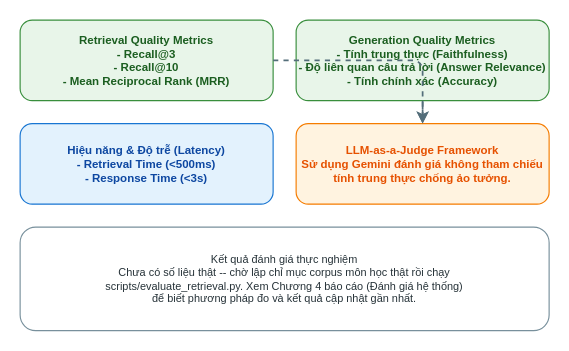
The draw.io diagram page "Deployment Evaluation" (9 of 12) of RAG_Chatbot_Design.drawio in haudo1207/personalized-lms-rag-chatbot, before the edit. Source tidied: cells renumbered, new cells numbered last; positions are measured from the earlier drawing's top-left corner, leaving out a move shared by most shapes. Both pictures are drawn from the tidied source at 115%, with x=0, y=0 at pixel (20, 20).
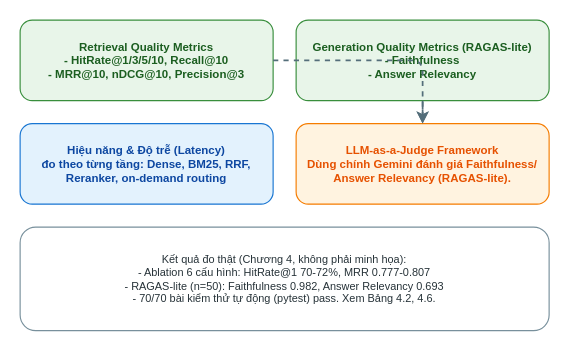
Above is the later version.

The edit, as a diff of the source:
```diff
@@
 <mxGraphModel>
   <root>
     <mxCell id="0" />
     <mxCell id="1" parent="0" />
-    <mxCell id="2" value="Retrieval Quality Metrics&#10;- Recall@3&#10;- Recall@10&#10;- Mean Reciprocal Rank (MRR)" style="rounded=1;whiteSpace=wrap;html=1;fillColor=#E8F5E9;strokeColor=#388E3C;fontColor=#1B5E20;fontStyle=1;fontSize=10;" parent="1" vertex="1">
+    <mxCell id="2" value="Retrieval Quality Metrics&#10;- HitRate@1/3/5/10, Recall@10&#10;- MRR@10, nDCG@10, Precision@3" style="rounded=1;whiteSpace=wrap;html=1;fillColor=#E8F5E9;strokeColor=#388E3C;fontColor=#1B5E20;fontStyle=1;fontSize=10;" parent="1" vertex="1">
       <mxGeometry width="220" height="70" as="geometry" />
     </mxCell>
-    <mxCell id="3" value="Generation Quality Metrics&#10;- Tính trung thực (Faithfulness)&#10;- Độ liên quan câu trả lời (Answer Relevance)&#10;- Tính chính xác (Accuracy)" style="rounded=1;whiteSpace=wrap;html=1;fillColor=#E8F5E9;strokeColor=#388E3C;fontColor=#1B5E20;fontStyle=1;fontSize=10;" parent="1" vertex="1">
+    <mxCell id="3" value="Generation Quality Metrics (RAGAS-lite)&#10;- Faithfulness&#10;- Answer Relevancy" style="rounded=1;whiteSpace=wrap;html=1;fillColor=#E8F5E9;strokeColor=#388E3C;fontColor=#1B5E20;fontStyle=1;fontSize=10;" parent="1" vertex="1">
       <mxGeometry x="240" width="220" height="70" as="geometry" />
     </mxCell>
-    <mxCell id="4" value="Hiệu năng &amp; Độ trễ (Latency)&#10;- Retrieval Time (&lt;500ms)&#10;- Response Time (&lt;3s)" style="rounded=1;whiteSpace=wrap;html=1;fillColor=#E3F2FD;strokeColor=#1976D2;fontColor=#0D47A1;fontStyle=1;fontSize=10;" parent="1" vertex="1">
+    <mxCell id="4" value="Hiệu năng &amp; Độ trễ (Latency)&#10;đo theo từng tầng: Dense, BM25, RRF,&#10;Reranker, on-demand routing" style="rounded=1;whiteSpace=wrap;html=1;fillColor=#E3F2FD;strokeColor=#1976D2;fontColor=#0D47A1;fontStyle=1;fontSize=10;" parent="1" vertex="1">
       <mxGeometry y="90" width="220" height="70" as="geometry" />
     </mxCell>
-    <mxCell id="5" value="LLM-as-a-Judge Framework&#10;Sử dụng Gemini đánh giá không tham chiếu&#10;tính trung thực chống ảo tưởng." style="rounded=1;whiteSpace=wrap;html=1;fillColor=#FFF3E0;strokeColor=#F57C00;fontColor=#E65100;fontStyle=1;fontSize=10;" parent="1" vertex="1">
+    <mxCell id="5" value="LLM-as-a-Judge Framework&#10;Dùng chính Gemini đánh giá Faithfulness/&#10;Answer Relevancy (RAGAS-lite)." style="rounded=1;whiteSpace=wrap;html=1;fillColor=#FFF3E0;strokeColor=#F57C00;fontColor=#E65100;fontStyle=1;fontSize=10;" parent="1" vertex="1">
       <mxGeometry x="240" y="90" width="220" height="70" as="geometry" />
     </mxCell>
-    <mxCell id="6" value="Kết quả đánh giá thực nghiệm&#10;Chưa có số liệu thật -- chờ lập chỉ mục corpus môn học thật rồi chạy&#10;scripts/evaluate_retrieval.py. Xem Chương 4 báo cáo (Đánh giá hệ thống)&#10;để biết phương pháp đo và kết quả cập nhật gần nhất." style="rounded=1;whiteSpace=wrap;html=1;fillColor=#FFFFFF;strokeColor=#78909C;fontColor=#263238;fontSize=9.5;" parent="1" vertex="1">
+    <mxCell id="6" value="Kết quả đo thật (Chương 4, không phải minh họa):&#10;- Ablation 6 cấu hình: HitRate@1 70-72%, MRR 0.777-0.807&#10;- RAGAS-lite (n=50): Faithfulness 0.982, Answer Relevancy 0.693&#10;- 70/70 bài kiểm thử tự động (pytest) pass. Xem Bảng 4.2, 4.6." style="rounded=1;whiteSpace=wrap;html=1;fillColor=#FFFFFF;strokeColor=#78909C;fontColor=#263238;fontSize=9.5;" parent="1" vertex="1">
       <mxGeometry y="180" width="460" height="90" as="geometry" />
     </mxCell>
     <mxCell id="7" style="edgeStyle=orthogonalEdgeStyle;rounded=1;jettySize=auto;html=1;strokeWidth=1.5;strokeColor=#546E7A;dashed=1;fontSize=9;" parent="1" edge="1" source="2" target="5">
       <mxGeometry relative="1" as="geometry" />
     </mxCell>
     <mxCell id="8" style="edgeStyle=orthogonalEdgeStyle;rounded=1;jettySize=auto;html=1;strokeWidth=1.5;strokeColor=#546E7A;dashed=1;fontSize=9;" parent="1" edge="1" source="3" target="5">
       <mxGeometry relative="1" as="geometry" />
     </mxCell>
   </root>
 </mxGraphModel>
```
